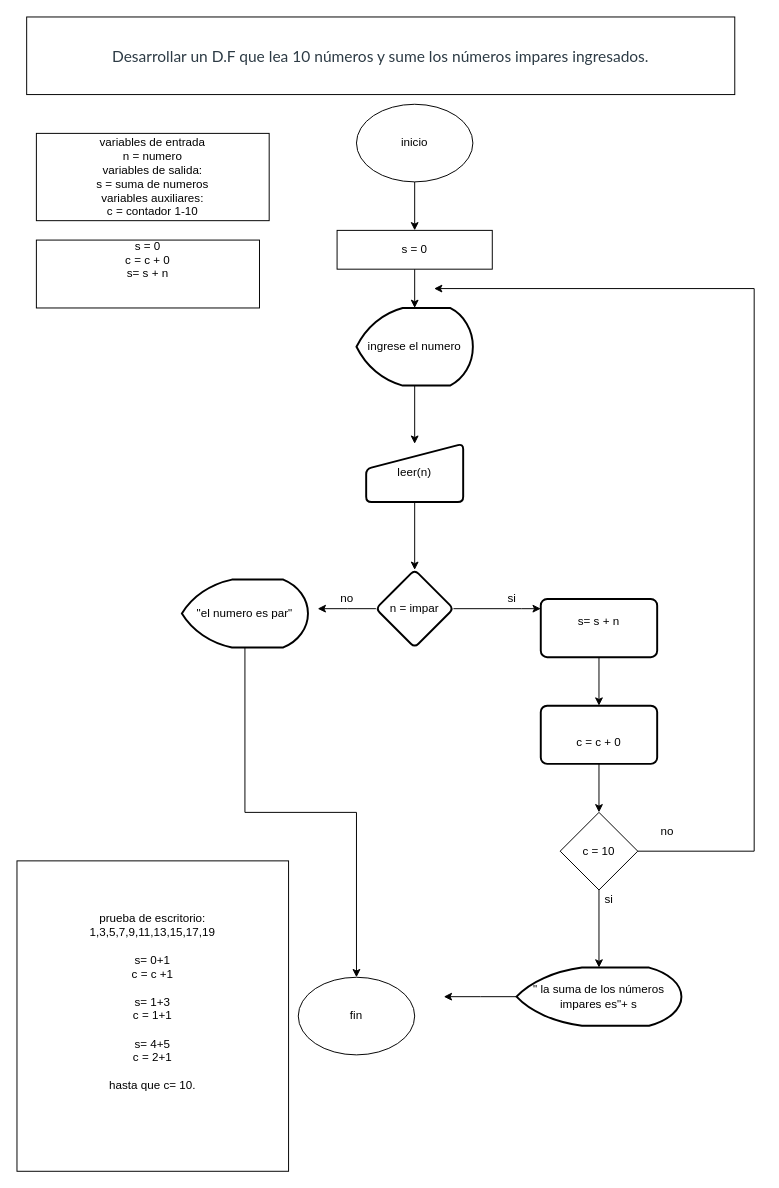
Earlier version of the draw.io diagram page "Page-4" (3 of 3) of Untitled Diagram.drawio (12RodrigoDuran/Formula). Source tidied: cells renumbered, new cells numbered last; positions are measured from the earlier drawing's top-left corner, leaving out a move shared by most shapes. Both pictures are drawn from the tidied source at 97%, with x=0, y=0 at pixel (16, 16).
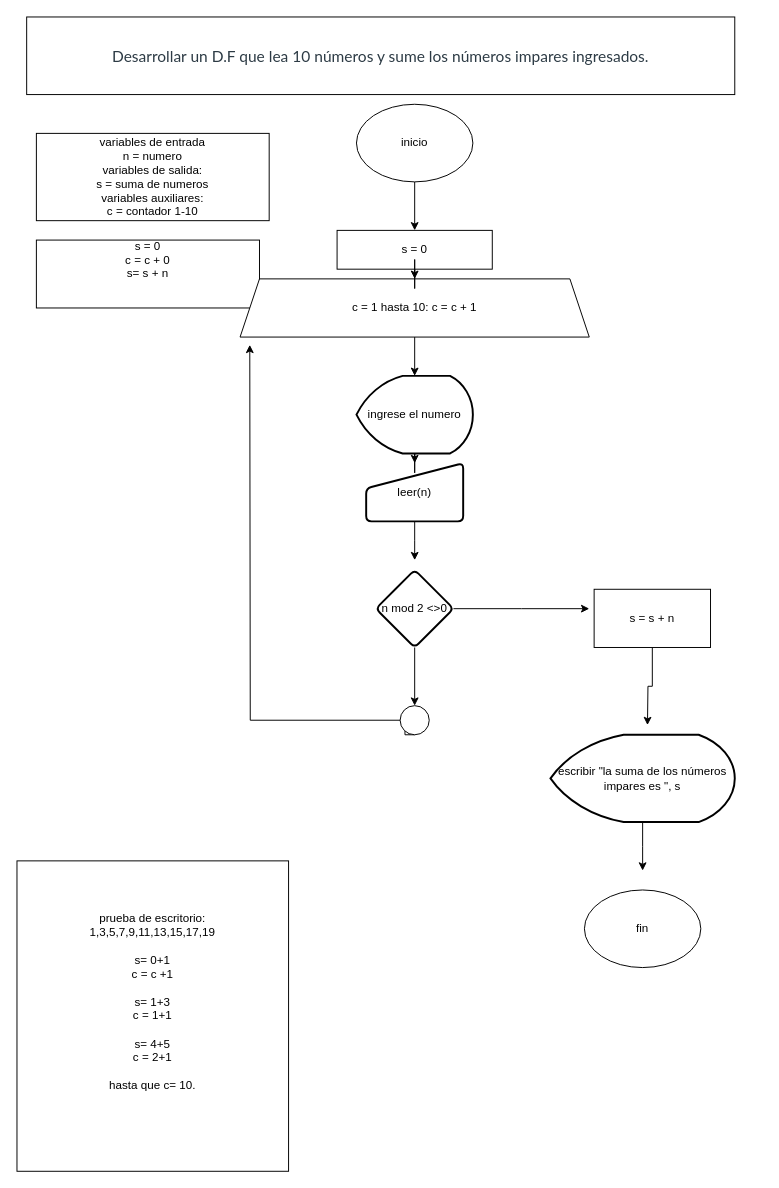
The same diagram, later.

Diff of the diagram source:
```diff
@@
-    <mxCell id="5" style="edgeStyle=orthogonalEdgeStyle;rounded=0;jettySize=auto;html=1;" parent="1" edge="1" source="6" target="10">
+    <mxCell id="5" style="edgeStyle=orthogonalEdgeStyle;rounded=0;jettySize=auto;html=1;" parent="1" edge="1" source="38" target="10">
       <mxGeometry relative="1" as="geometry" />
     </mxCell>
-    <mxCell id="6" value="s = 0" style="whiteSpace=wrap;html=1;" parent="1" vertex="1">
+    <mxCell id="6" value="s = 0&lt;br&gt;" style="whiteSpace=wrap;html=1;" parent="1" vertex="1">
       <mxGeometry x="330" y="220" width="160" height="40" as="geometry" />
     </mxCell>
@@
     <mxCell id="10" value="ingrese el numero" style="strokeWidth=2;html=1;shape=mxgraph.flowchart.display;whiteSpace=wrap;" parent="1" vertex="1">
-      <mxGeometry x="350" y="300" width="120" height="80" as="geometry" />
+      <mxGeometry x="350" y="370" width="120" height="80" as="geometry" />
     </mxCell>
-    <mxCell id="11" style="edgeStyle=orthogonalEdgeStyle;rounded=0;jettySize=auto;html=1;" parent="1" edge="1" source="12" target="15">
-      <mxGeometry relative="1" as="geometry" />
-    </mxCell>
+    <mxCell id="33" style="edgeStyle=orthogonalEdgeStyle;rounded=0;jettySize=auto;html=1;" parent="1" edge="1" source="12">
+      <mxGeometry relative="1" as="geometry">
+        <mxPoint x="410" y="560" as="targetPoint" />
+      </mxGeometry>
+    </mxCell>
     <mxCell id="12" value="leer(n)" style="html=1;strokeWidth=2;shape=manualInput;whiteSpace=wrap;rounded=1;size=26;arcSize=11;" parent="1" vertex="1">
-      <mxGeometry x="360" y="440" width="100" height="60" as="geometry" />
+      <mxGeometry x="360" y="460" width="100" height="60" as="geometry" />
     </mxCell>
-    <mxCell id="13" style="edgeStyle=orthogonalEdgeStyle;rounded=0;jettySize=auto;html=1;" parent="1" edge="1" source="15">
-      <mxGeometry relative="1" as="geometry">
-        <mxPoint x="310" y="610" as="targetPoint" />
-      </mxGeometry>
-    </mxCell>
-    <mxCell id="14" style="edgeStyle=orthogonalEdgeStyle;rounded=0;jettySize=auto;html=1;" parent="1" edge="1" source="15">
-      <mxGeometry relative="1" as="geometry">
-        <mxPoint x="540" y="610" as="targetPoint" />
-        <Array as="points">
-          <mxPoint x="520" y="610" />
-          <mxPoint x="520" y="610" />
-        </Array>
-      </mxGeometry>
-    </mxCell>
+    <mxCell id="34" style="edgeStyle=orthogonalEdgeStyle;rounded=0;jettySize=auto;html=1;" parent="1" edge="1" source="15" target="44">
+      <mxGeometry relative="1" as="geometry" />
+    </mxCell>
+    <mxCell id="35" style="edgeStyle=orthogonalEdgeStyle;rounded=0;jettySize=auto;html=1;" parent="1" edge="1" source="15">
+      <mxGeometry relative="1" as="geometry">
+        <mxPoint x="590" y="610" as="targetPoint" />
+      </mxGeometry>
+    </mxCell>
-    <mxCell id="15" value="n = impar" style="rhombus;whiteSpace=wrap;html=1;rounded=1;strokeWidth=2;arcSize=11;" parent="1" vertex="1">
+    <mxCell id="15" value="n mod 2 &amp;lt;&amp;gt;0" style="rhombus;whiteSpace=wrap;html=1;rounded=1;strokeWidth=2;arcSize=11;" parent="1" vertex="1">
       <mxGeometry x="370" y="570" width="80" height="80" as="geometry" />
     </mxCell>
-    <mxCell id="16" style="edgeStyle=orthogonalEdgeStyle;rounded=0;jettySize=auto;html=1;" parent="1" edge="1" source="17" target="20">
-      <mxGeometry relative="1" as="geometry" />
-    </mxCell>
-    <mxCell id="17" value="&lt;span&gt;s= s + n&lt;/span&gt;&lt;br&gt;&lt;span&gt;&lt;br&gt;&lt;/span&gt;" style="whiteSpace=wrap;html=1;rounded=1;strokeWidth=2;arcSize=11;" parent="1" vertex="1">
-      <mxGeometry x="540" y="600" width="120" height="60" as="geometry" />
-    </mxCell>
-    <mxCell id="18" value="si" style="text;html=1;align=center;verticalAlign=middle;" parent="1" vertex="1">
-      <mxGeometry x="500" y="590" width="20" height="20" as="geometry" />
-    </mxCell>
-    <mxCell id="19" style="edgeStyle=orthogonalEdgeStyle;rounded=0;jettySize=auto;html=1;" parent="1" edge="1" source="20" target="28">
-      <mxGeometry relative="1" as="geometry" />
-    </mxCell>
-    <mxCell id="20" value="&lt;br&gt;c = c + 0&lt;span&gt;&lt;br&gt;&lt;/span&gt;" style="whiteSpace=wrap;html=1;rounded=1;strokeWidth=2;arcSize=11;" parent="1" vertex="1">
-      <mxGeometry x="540" y="710" width="120" height="60" as="geometry" />
-    </mxCell>
-    <mxCell id="21" style="edgeStyle=orthogonalEdgeStyle;rounded=0;jettySize=auto;html=1;entryX=0.5;entryY=0;entryDx=0;entryDy=0;" parent="1" edge="1" source="22" target="31">
-      <mxGeometry relative="1" as="geometry" />
-    </mxCell>
-    <mxCell id="22" value="&quot;el numero es par&quot;" style="strokeWidth=2;html=1;shape=mxgraph.flowchart.display;whiteSpace=wrap;" parent="1" vertex="1">
-      <mxGeometry x="170" y="580" width="130" height="70" as="geometry" />
-    </mxCell>
-    <mxCell id="23" value="no" style="text;html=1;align=center;verticalAlign=middle;" parent="1" vertex="1">
-      <mxGeometry x="325" y="590" width="30" height="20" as="geometry" />
-    </mxCell>
-    <mxCell id="24" style="edgeStyle=orthogonalEdgeStyle;rounded=0;jettySize=auto;html=1;" parent="1" edge="1" source="25">
-      <mxGeometry relative="1" as="geometry">
-        <mxPoint x="440" y="1010" as="targetPoint" />
-      </mxGeometry>
-    </mxCell>
-    <mxCell id="25" value="&quot; la suma de los números impares es&quot;+ s" style="strokeWidth=2;html=1;shape=mxgraph.flowchart.display;whiteSpace=wrap;" parent="1" vertex="1">
-      <mxGeometry x="515" y="980" width="170" height="60" as="geometry" />
-    </mxCell>
-    <mxCell id="26" style="edgeStyle=orthogonalEdgeStyle;rounded=0;jettySize=auto;html=1;" parent="1" edge="1" source="28" target="25">
-      <mxGeometry relative="1" as="geometry" />
-    </mxCell>
-    <mxCell id="27" style="edgeStyle=orthogonalEdgeStyle;rounded=0;jettySize=auto;html=1;" parent="1" edge="1" source="28">
-      <mxGeometry relative="1" as="geometry">
-        <mxPoint x="430" y="280" as="targetPoint" />
-        <Array as="points">
-          <mxPoint x="760" y="860" />
-          <mxPoint x="760" y="280" />
-        </Array>
-      </mxGeometry>
-    </mxCell>
-    <mxCell id="28" value="c = 10" style="rhombus;whiteSpace=wrap;html=1;" parent="1" vertex="1">
-      <mxGeometry x="560" y="820" width="80" height="80" as="geometry" />
-    </mxCell>
-    <mxCell id="29" value="no" style="text;html=1;align=center;verticalAlign=middle;" parent="1" vertex="1">
-      <mxGeometry x="655" y="830" width="30" height="20" as="geometry" />
-    </mxCell>
-    <mxCell id="30" value="si" style="text;html=1;align=center;verticalAlign=middle;" parent="1" vertex="1">
-      <mxGeometry x="600" y="900" width="20" height="20" as="geometry" />
-    </mxCell>
     <mxCell id="31" value="fin" style="ellipse;whiteSpace=wrap;html=1;" parent="1" vertex="1">
-      <mxGeometry x="290" y="990" width="120" height="80" as="geometry" />
+      <mxGeometry x="585" y="900" width="120" height="80" as="geometry" />
     </mxCell>
@@
+    <mxCell id="36" style="edgeStyle=orthogonalEdgeStyle;rounded=0;jettySize=auto;html=1;" parent="1" edge="1" source="37">
+      <mxGeometry relative="1" as="geometry">
+        <mxPoint x="650" y="730" as="targetPoint" />
+      </mxGeometry>
+    </mxCell>
+    <mxCell id="37" value="s = s + n" style="rounded=0;whiteSpace=wrap;html=1;" parent="1" vertex="1">
+      <mxGeometry x="595" y="590" width="120" height="60" as="geometry" />
+    </mxCell>
+    <mxCell id="38" value="c = 1 hasta 10: c = c + 1" style="shape=trapezoid;perimeter=trapezoidPerimeter;whiteSpace=wrap;html=1;fixedSize=1;" parent="1" vertex="1">
+      <mxGeometry x="230" y="270" width="360" height="60" as="geometry" />
+    </mxCell>
+    <mxCell id="39" style="edgeStyle=orthogonalEdgeStyle;rounded=0;jettySize=auto;html=1;" parent="1" edge="1" source="6" target="38">
+      <mxGeometry relative="1" as="geometry" />
+    </mxCell>
+    <mxCell id="40" style="edgeStyle=orthogonalEdgeStyle;rounded=0;jettySize=auto;html=1;" parent="1" edge="1" source="41">
+      <mxGeometry relative="1" as="geometry">
+        <mxPoint x="645" y="880" as="targetPoint" />
+      </mxGeometry>
+    </mxCell>
+    <mxCell id="41" value="escribir &quot;la suma de los números impares es &quot;, s" style="strokeWidth=2;html=1;shape=mxgraph.flowchart.display;whiteSpace=wrap;" parent="1" vertex="1">
+      <mxGeometry x="550" y="740" width="190" height="90" as="geometry" />
+    </mxCell>
+    <mxCell id="42" style="edgeStyle=orthogonalEdgeStyle;rounded=0;jettySize=auto;html=1;exitX=0.5;exitY=1;exitDx=0;exitDy=0;exitPerimeter=0;" parent="1" edge="1" source="44">
+      <mxGeometry relative="1" as="geometry">
+        <mxPoint x="400" y="720" as="targetPoint" />
+      </mxGeometry>
+    </mxCell>
+    <mxCell id="43" style="edgeStyle=orthogonalEdgeStyle;rounded=0;jettySize=auto;html=1;" parent="1" edge="1" source="44">
+      <mxGeometry relative="1" as="geometry">
+        <mxPoint x="240" y="338" as="targetPoint" />
+      </mxGeometry>
+    </mxCell>
+    <mxCell id="44" style="verticalLabelPosition=bottom;verticalAlign=top;html=1;shape=mxgraph.flowchart.on-page_reference;" parent="1" vertex="1">
+      <mxGeometry x="395" y="710" width="30" height="30" as="geometry" />
+    </mxCell>
```
